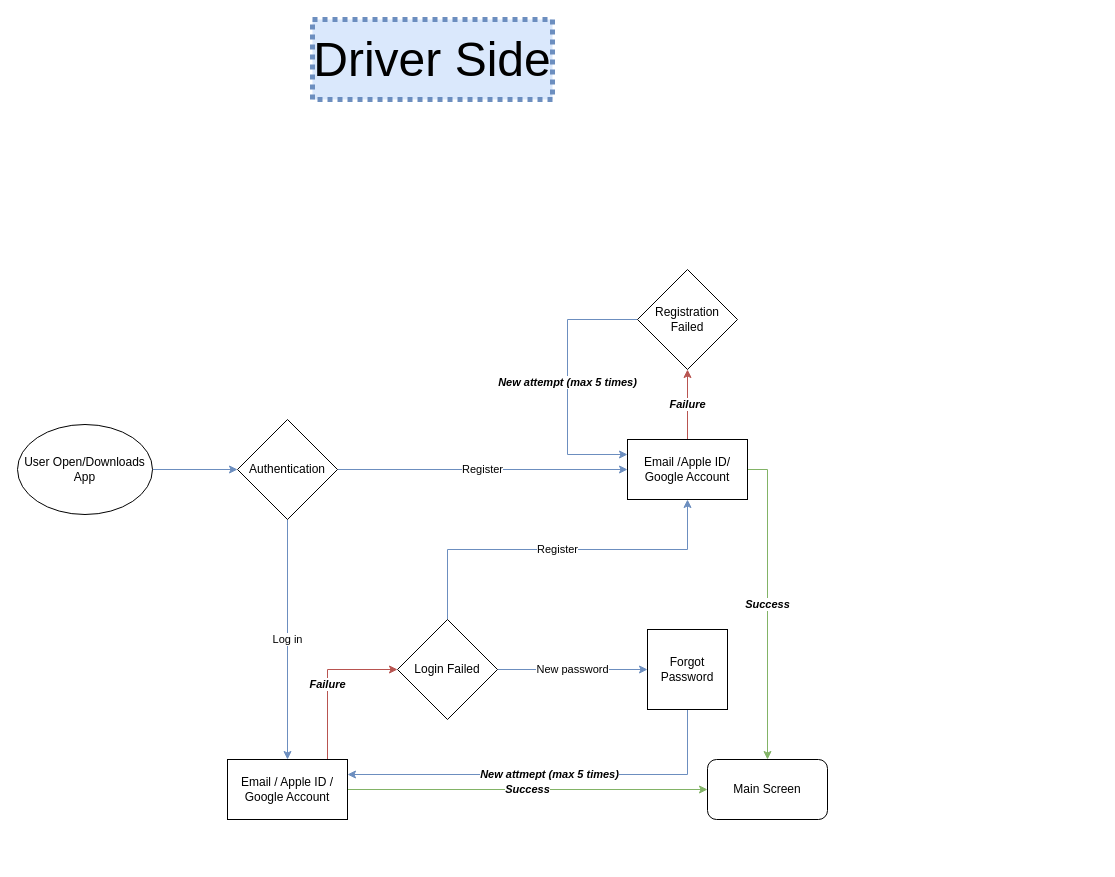
Before: api/App flow.drawio in DenBile/api_sample, a draw.io diagram. Source tidied: cells renumbered, new cells numbered last; positions are measured from the earlier drawing's top-left corner, leaving out a move shared by most shapes. Both pictures are drawn from the tidied source at 100%, with x=0, y=0 at pixel (17, 19).
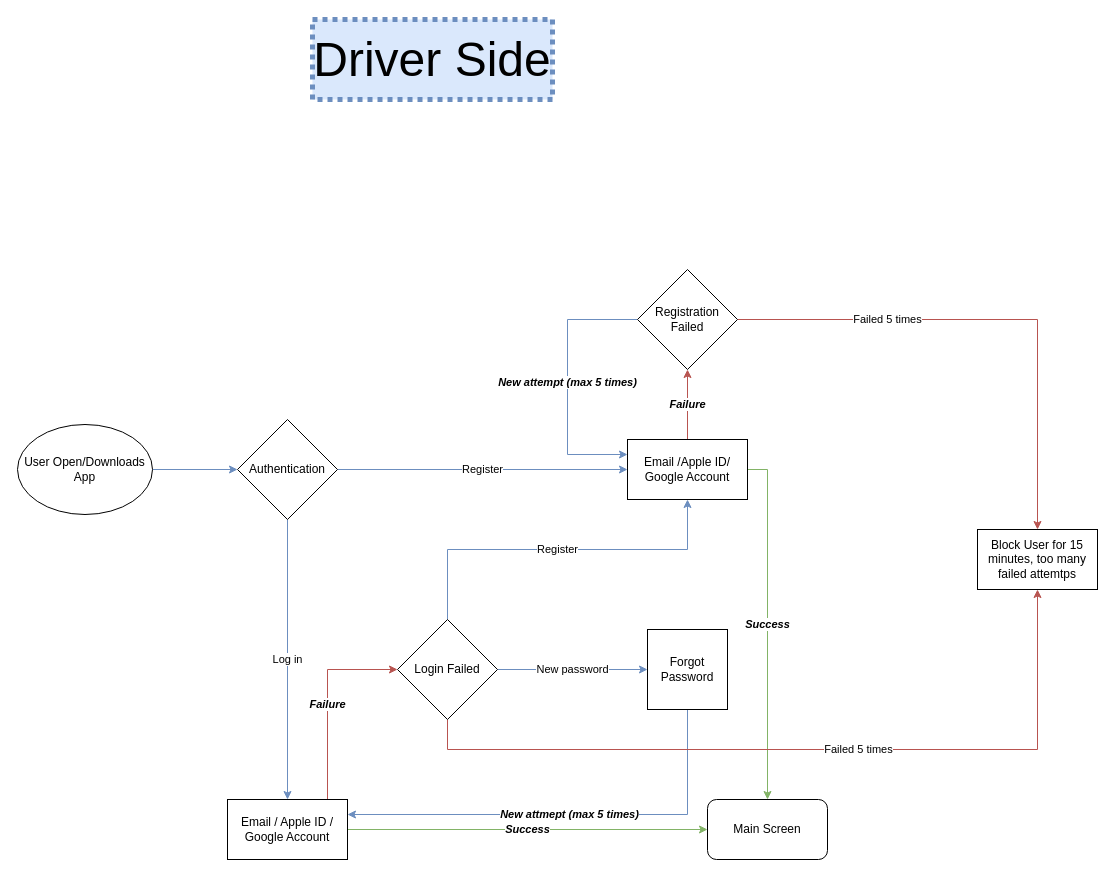
The same page after the edit.

The change refers to these unchanged cells:
```xml
<mxCell id="19" value="Login Failed" style="rhombus;whiteSpace=wrap;html=1;" parent="1" vertex="1">
  <mxGeometry x="380" y="600" width="100" height="100" as="geometry" />
</mxCell>
<mxCell id="21" value="Registration Failed" style="rhombus;whiteSpace=wrap;html=1;" parent="1" vertex="1">
  <mxGeometry x="620" y="250" width="100" height="100" as="geometry" />
</mxCell>
```

Change to the diagram source:
```diff
@@
     <mxCell id="5" value="Main Screen" style="rounded=1;whiteSpace=wrap;html=1;" parent="1" vertex="1">
-      <mxGeometry x="690" y="740" width="120" height="60" as="geometry" />
+      <mxGeometry x="690" y="780" width="120" height="60" as="geometry" />
     </mxCell>
@@
     <mxCell id="13" value="Failure" style="edgeStyle=orthogonalEdgeStyle;rounded=0;jettySize=auto;html=1;exitX=0.75;exitY=0;exitDx=0;exitDy=0;entryX=0;entryY=0.5;entryDx=0;entryDy=0;fillColor=#f8cecc;strokeColor=#b85450;fontStyle=3;" parent="1" edge="1" source="14" target="19">
       <mxGeometry relative="1" as="geometry">
         <Array as="points">
-          <mxPoint x="310" y="740" />
+          <mxPoint x="310" y="780" />
           <mxPoint x="310" y="650" />
         </Array>
       </mxGeometry>
     </mxCell>
     <mxCell id="14" value="Email / Apple ID / Google Account" style="whiteSpace=wrap;html=1;" parent="1" vertex="1">
-      <mxGeometry x="210" y="740" width="120" height="60" as="geometry" />
+      <mxGeometry x="210" y="780" width="120" height="60" as="geometry" />
     </mxCell>
@@
+    <mxCell id="22" value="Failed 5 times" style="edgeStyle=orthogonalEdgeStyle;rounded=0;jettySize=auto;html=1;exitX=0.5;exitY=1;exitDx=0;exitDy=0;fillColor=#f8cecc;strokeColor=#b85450;" parent="1" edge="1" source="19" target="24">
+      <mxGeometry x="0.13" relative="1" as="geometry">
+        <Array as="points">
+          <mxPoint x="430" y="730" />
+          <mxPoint x="1020" y="730" />
+        </Array>
+      </mxGeometry>
+    </mxCell>
@@
+    <mxCell id="23" value="Failed 5 times" style="edgeStyle=orthogonalEdgeStyle;rounded=0;jettySize=auto;html=1;exitX=1;exitY=0.5;exitDx=0;exitDy=0;fillColor=#f8cecc;strokeColor=#b85450;" parent="1" edge="1" source="21" target="24">
+      <mxGeometry x="-0.41" relative="1" as="geometry" />
+    </mxCell>
@@
+    <mxCell id="24" value="Block User for 15 minutes, too many failed attemtps" style="rounded=0;whiteSpace=wrap;html=1;" parent="1" vertex="1">
+      <mxGeometry x="960" y="510" width="120" height="60" as="geometry" />
+    </mxCell>
```
